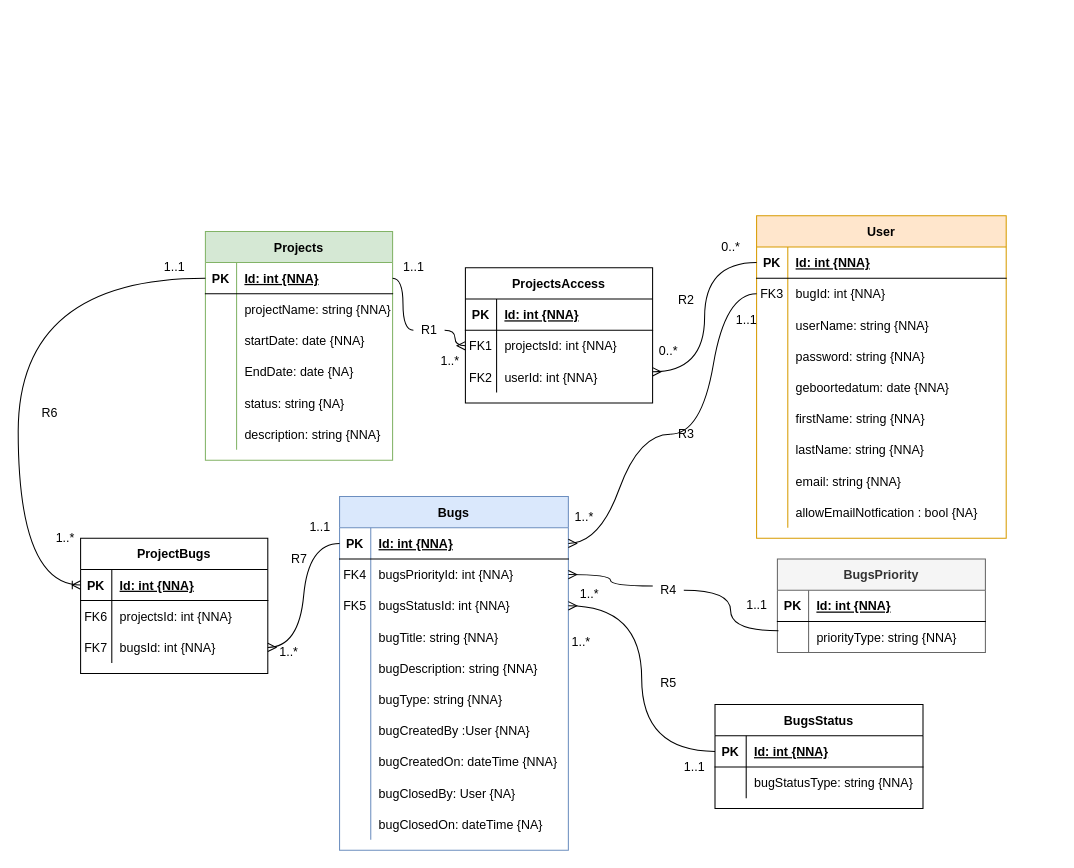
Above: ErdBugProject.drawio in JorisDeRidder42/Project_BugTracker (draw.io), before the change. Source tidied: cells renumbered, new cells numbered last; positions are measured from the earlier drawing's top-left corner, leaving out a move shared by most shapes. Both pictures are drawn from the tidied source at 104%, with x=0, y=0 at pixel (18, 215).
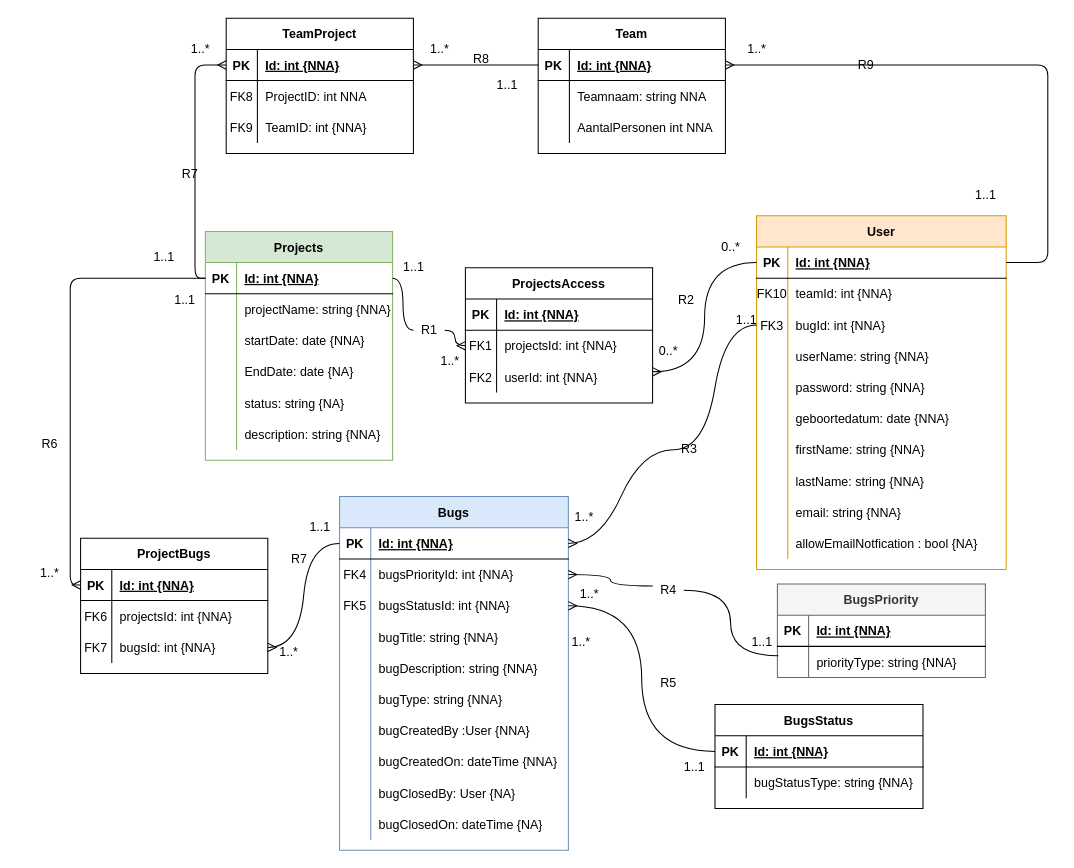
The same diagram, later.

Unchanged cells that the change refers to:
```xml
<mxCell id="41" style="shape=partialRectangle;fillColor=none;top=0;left=0;bottom=1;right=0;points=[[0,0.5],[1,0.5]];portConstraint=eastwest;" parent="40" vertex="1">
  <mxGeometry y="30" width="180" height="30" as="geometry" />
</mxCell>
<mxCell id="60" style="shape=partialRectangle;fillColor=none;top=0;left=0;bottom=1;right=0;points=[[0,0.5],[1,0.5]];portConstraint=eastwest;" parent="59" vertex="1">
  <mxGeometry y="30" width="240" height="30" as="geometry" />
</mxCell>
<mxCell id="128" style="shape=partialRectangle;fillColor=none;top=0;left=0;bottom=1;right=0;points=[[0,0.5],[1,0.5]];portConstraint=eastwest;" parent="127" vertex="1">
  <mxGeometry y="30" width="180" height="30" as="geometry" />
</mxCell>
```

What changed in the source:
```diff
@@
     <mxCell id="33" value="BugsPriority" style="shape=table;startSize=30;childLayout=tableLayout;rowLines=0;fontStyle=1;align=center;fillColor=#f5f5f5;fontColor=#333333;strokeColor=#666666;" parent="1" vertex="1">
-      <mxGeometry x="730" y="330" width="200" height="90" as="geometry" />
+      <mxGeometry x="730" y="354" width="200" height="90" as="geometry" />
     </mxCell>
@@
     <mxCell id="59" value="User" style="shape=table;startSize=30;childLayout=tableLayout;rowLines=0;fontStyle=1;align=center;fillColor=#ffe6cc;strokeColor=#d79b00;" parent="1" vertex="1">
-      <mxGeometry x="710" width="240" height="310" as="geometry" />
+      <mxGeometry x="710" width="240" height="340" as="geometry" />
     </mxCell>
@@
+    <mxCell id="145" style="shape=partialRectangle;fillColor=none;top=0;left=0;bottom=0;right=0;" parent="59" vertex="1">
+      <mxGeometry y="60" width="240" height="30" as="geometry" />
+    </mxCell>
+    <mxCell id="146" value="FK10" style="shape=partialRectangle;fillColor=none;top=0;left=0;bottom=0;right=0;fontStyle=0;overflow=hidden;" parent="145" vertex="1">
+      <mxGeometry width="30" height="30" as="geometry" />
+    </mxCell>
+    <mxCell id="147" value="teamId: int {NNA}" style="shape=partialRectangle;fillColor=none;top=0;left=0;bottom=0;right=0;align=left;spacingLeft=6;fontStyle=0;overflow=hidden;" parent="145" vertex="1">
+      <mxGeometry x="30" width="210" height="30" as="geometry" />
+    </mxCell>
     <mxCell id="63" style="shape=partialRectangle;fillColor=none;top=0;left=0;bottom=0;right=0;points=[[0,0.5],[1,0.5]];portConstraint=eastwest;" parent="59" vertex="1">
-      <mxGeometry y="60" width="240" height="30" as="geometry" />
+      <mxGeometry y="90" width="240" height="30" as="geometry" />
     </mxCell>
@@
     <mxCell id="66" style="shape=partialRectangle;fillColor=none;top=0;left=0;bottom=0;right=0;" parent="59" vertex="1">
-      <mxGeometry y="90" width="240" height="30" as="geometry" />
+      <mxGeometry y="120" width="240" height="30" as="geometry" />
     </mxCell>
@@
     <mxCell id="69" style="shape=partialRectangle;fillColor=none;top=0;left=0;bottom=0;right=0;" parent="59" vertex="1">
-      <mxGeometry y="120" width="240" height="30" as="geometry" />
+      <mxGeometry y="150" width="240" height="30" as="geometry" />
     </mxCell>
@@
     <mxCell id="72" style="shape=partialRectangle;fillColor=none;top=0;left=0;bottom=0;right=0;" parent="59" vertex="1">
-      <mxGeometry y="150" width="240" height="30" as="geometry" />
+      <mxGeometry y="180" width="240" height="30" as="geometry" />
     </mxCell>
@@
     <mxCell id="75" style="shape=partialRectangle;fillColor=none;top=0;left=0;bottom=0;right=0;" parent="59" vertex="1">
-      <mxGeometry y="180" width="240" height="30" as="geometry" />
+      <mxGeometry y="210" width="240" height="30" as="geometry" />
     </mxCell>
@@
     <mxCell id="78" style="shape=partialRectangle;fillColor=none;top=0;left=0;bottom=0;right=0;" parent="59" vertex="1">
-      <mxGeometry y="210" width="240" height="30" as="geometry" />
+      <mxGeometry y="240" width="240" height="30" as="geometry" />
     </mxCell>
@@
     <mxCell id="81" style="shape=partialRectangle;fillColor=none;top=0;left=0;bottom=0;right=0;" parent="59" vertex="1">
-      <mxGeometry y="240" width="240" height="30" as="geometry" />
+      <mxGeometry y="270" width="240" height="30" as="geometry" />
     </mxCell>
@@
     <mxCell id="84" style="shape=partialRectangle;fillColor=none;top=0;left=0;bottom=0;right=0;" parent="59" vertex="1">
-      <mxGeometry y="270" width="240" height="30" as="geometry" />
+      <mxGeometry y="300" width="240" height="30" as="geometry" />
     </mxCell>
@@
     <mxCell id="118" value="1..1" style="text;html=1;align=center;verticalAlign=middle;strokeColor=none;fillColor=none;" parent="1" vertex="1">
-      <mxGeometry x="690" y="365" width="40" height="20" as="geometry" />
+      <mxGeometry x="695" y="400" width="40" height="20" as="geometry" />
     </mxCell>
@@
     <mxCell id="124" value="R3" style="text;html=1;align=center;verticalAlign=middle;points=[];strokeColor=none;fillColor=none;" parent="1" vertex="1">
-      <mxGeometry x="627" y="200" width="30" height="20" as="geometry" />
+      <mxGeometry x="630" y="215" width="30" height="20" as="geometry" />
     </mxCell>
@@
-    <mxCell id="137" style="edgeStyle=orthogonalEdgeStyle;fontSize=12;html=1;endArrow=ERoneToMany;rounded=0;entryX=0;entryY=0.5;entryDx=0;entryDy=0;exitX=0;exitY=0.5;exitDx=0;exitDy=0;curved=1;" parent="1" edge="1" source="41" target="128">
-      <mxGeometry relative="1" as="geometry">
-        <Array as="points">
-          <mxPoint y="60" />
-          <mxPoint y="355" />
-        </Array>
-      </mxGeometry>
-    </mxCell>
@@
     <mxCell id="139" value="1..*" style="text;html=1;align=center;verticalAlign=middle;strokeColor=none;fillColor=none;" parent="1" vertex="1">
-      <mxGeometry x="30" y="300" width="30" height="20" as="geometry" />
+      <mxGeometry x="15" y="334" width="30" height="20" as="geometry" />
     </mxCell>
     <mxCell id="140" value="1..1" style="text;html=1;align=center;verticalAlign=middle;strokeColor=none;fillColor=none;" parent="1" vertex="1">
-      <mxGeometry x="130" y="40" width="40" height="20" as="geometry" />
+      <mxGeometry x="140" y="71" width="40" height="20" as="geometry" />
     </mxCell>
@@
     <mxCell id="143" value="R6" style="text;html=1;align=center;verticalAlign=middle;strokeColor=none;fillColor=none;" parent="1" vertex="1">
-      <mxGeometry x="15" y="180" width="30" height="20" as="geometry" />
+      <mxGeometry x="15" y="210" width="30" height="20" as="geometry" />
     </mxCell>
@@
+    <mxCell id="148" value="Team" style="shape=table;startSize=30;childLayout=tableLayout;rowLines=0;fontStyle=1;align=center;" parent="1" vertex="1">
+      <mxGeometry x="500" y="-190" width="180" height="130" as="geometry" />
+    </mxCell>
+    <mxCell id="149" style="shape=partialRectangle;fillColor=none;top=0;left=0;bottom=1;right=0;points=[[0,0.5],[1,0.5]];portConstraint=eastwest;" parent="148" vertex="1">
+      <mxGeometry y="30" width="180" height="30" as="geometry" />
+    </mxCell>
+    <mxCell id="150" value="PK" style="shape=partialRectangle;fillColor=none;top=0;left=0;bottom=0;right=0;fontStyle=1;overflow=hidden;" parent="149" vertex="1">
+      <mxGeometry width="30" height="30" as="geometry" />
+    </mxCell>
+    <mxCell id="151" value="Id: int {NNA}" style="shape=partialRectangle;fillColor=none;top=0;left=0;bottom=0;right=0;align=left;spacingLeft=6;fontStyle=5;overflow=hidden;" parent="149" vertex="1">
+      <mxGeometry x="30" width="150" height="30" as="geometry" />
+    </mxCell>
+    <mxCell id="152" style="shape=partialRectangle;fillColor=none;top=0;left=0;bottom=0;right=0;" parent="148" vertex="1">
+      <mxGeometry y="60" width="180" height="30" as="geometry" />
+    </mxCell>
+    <mxCell id="153" style="shape=partialRectangle;fillColor=none;top=0;left=0;bottom=0;right=0;overflow=hidden;" parent="152" vertex="1">
+      <mxGeometry width="30" height="30" as="geometry" />
+    </mxCell>
+    <mxCell id="154" value="Teamnaam: string NNA" style="shape=partialRectangle;fillColor=none;top=0;left=0;bottom=0;right=0;align=left;spacingLeft=6;overflow=hidden;" parent="152" vertex="1">
+      <mxGeometry x="30" width="150" height="30" as="geometry" />
+    </mxCell>
+    <mxCell id="155" style="shape=partialRectangle;fillColor=none;top=0;left=0;bottom=0;right=0;" parent="148" vertex="1">
+      <mxGeometry y="90" width="180" height="30" as="geometry" />
+    </mxCell>
+    <mxCell id="156" style="shape=partialRectangle;fillColor=none;top=0;left=0;bottom=0;right=0;overflow=hidden;" parent="155" vertex="1">
+      <mxGeometry width="30" height="30" as="geometry" />
+    </mxCell>
+    <mxCell id="157" value="AantalPersonen int NNA" style="shape=partialRectangle;fillColor=none;top=0;left=0;bottom=0;right=0;align=left;spacingLeft=6;overflow=hidden;" parent="155" vertex="1">
+      <mxGeometry x="30" width="150" height="30" as="geometry" />
+    </mxCell>
+    <mxCell id="158" value="TeamProject" style="shape=table;startSize=30;childLayout=tableLayout;rowLines=0;fontStyle=1;align=center;" parent="1" vertex="1">
+      <mxGeometry x="200" y="-190" width="180" height="130" as="geometry" />
+    </mxCell>
+    <mxCell id="159" style="shape=partialRectangle;fillColor=none;top=0;left=0;bottom=1;right=0;points=[[0,0.5],[1,0.5]];portConstraint=eastwest;" parent="158" vertex="1">
+      <mxGeometry y="30" width="180" height="30" as="geometry" />
+    </mxCell>
+    <mxCell id="160" value="PK" style="shape=partialRectangle;fillColor=none;top=0;left=0;bottom=0;right=0;fontStyle=1;overflow=hidden;" parent="159" vertex="1">
+      <mxGeometry width="30" height="30" as="geometry" />
+    </mxCell>
+    <mxCell id="161" value="Id: int {NNA}" style="shape=partialRectangle;fillColor=none;top=0;left=0;bottom=0;right=0;align=left;spacingLeft=6;fontStyle=5;overflow=hidden;" parent="159" vertex="1">
+      <mxGeometry x="30" width="150" height="30" as="geometry" />
+    </mxCell>
+    <mxCell id="162" style="shape=partialRectangle;fillColor=none;top=0;left=0;bottom=0;right=0;" parent="158" vertex="1">
+      <mxGeometry y="60" width="180" height="30" as="geometry" />
+    </mxCell>
+    <mxCell id="163" value="FK8" style="shape=partialRectangle;fillColor=none;top=0;left=0;bottom=0;right=0;overflow=hidden;" parent="162" vertex="1">
+      <mxGeometry width="30" height="30" as="geometry" />
+    </mxCell>
+    <mxCell id="164" value="ProjectID: int NNA" style="shape=partialRectangle;fillColor=none;top=0;left=0;bottom=0;right=0;align=left;spacingLeft=6;overflow=hidden;" parent="162" vertex="1">
+      <mxGeometry x="30" width="150" height="30" as="geometry" />
+    </mxCell>
+    <mxCell id="165" style="shape=partialRectangle;fillColor=none;top=0;left=0;bottom=0;right=0;" parent="158" vertex="1">
+      <mxGeometry y="90" width="180" height="30" as="geometry" />
+    </mxCell>
+    <mxCell id="166" value="FK9" style="shape=partialRectangle;fillColor=none;top=0;left=0;bottom=0;right=0;overflow=hidden;" parent="165" vertex="1">
+      <mxGeometry width="30" height="30" as="geometry" />
+    </mxCell>
+    <mxCell id="167" value="TeamID: int {NNA}" style="shape=partialRectangle;fillColor=none;top=0;left=0;bottom=0;right=0;align=left;spacingLeft=6;overflow=hidden;" parent="165" vertex="1">
+      <mxGeometry x="30" width="150" height="30" as="geometry" />
+    </mxCell>
+    <mxCell id="168" style="edgeStyle=orthogonalEdgeStyle;fontSize=12;html=1;endArrow=ERmany;entryX=0;entryY=0.5;entryDx=0;entryDy=0;exitX=0;exitY=0.5;exitDx=0;exitDy=0;" parent="1" edge="1" source="41" target="159">
+      <mxGeometry relative="1" as="geometry" />
+    </mxCell>
+    <mxCell id="169" style="edgeStyle=entityRelationEdgeStyle;fontSize=12;html=1;endArrow=ERmany;entryX=1;entryY=0.5;entryDx=0;entryDy=0;exitX=0;exitY=0.5;exitDx=0;exitDy=0;" parent="1" edge="1" source="149" target="159">
+      <mxGeometry relative="1" as="geometry" />
+    </mxCell>
+    <mxCell id="170" style="edgeStyle=orthogonalEdgeStyle;fontSize=12;html=1;endArrow=ERmany;entryX=1;entryY=0.5;entryDx=0;entryDy=0;exitX=1;exitY=0.5;exitDx=0;exitDy=0;" parent="1" edge="1" source="60" target="149">
+      <mxGeometry relative="1" as="geometry">
+        <Array as="points">
+          <mxPoint x="990" y="45" />
+          <mxPoint x="990" y="-145" />
+        </Array>
+      </mxGeometry>
+    </mxCell>
+    <mxCell id="171" value="1..*" style="text;html=1;align=center;verticalAlign=middle;strokeColor=none;fillColor=none;" parent="1" vertex="1">
+      <mxGeometry x="160" y="-170" width="30" height="20" as="geometry" />
+    </mxCell>
+    <mxCell id="172" value="1..1" style="text;html=1;align=center;verticalAlign=middle;strokeColor=none;fillColor=none;" parent="1" vertex="1">
+      <mxGeometry x="120" y="30" width="40" height="20" as="geometry" />
+    </mxCell>
+    <mxCell id="173" value="1..1" style="text;html=1;align=center;verticalAlign=middle;strokeColor=none;fillColor=none;" parent="1" vertex="1">
+      <mxGeometry x="450" y="-135" width="40" height="20" as="geometry" />
+    </mxCell>
+    <mxCell id="174" value="1..*" style="text;html=1;align=center;verticalAlign=middle;strokeColor=none;fillColor=none;" parent="1" vertex="1">
+      <mxGeometry x="390" y="-170" width="30" height="20" as="geometry" />
+    </mxCell>
+    <mxCell id="175" value="1..1" style="text;html=1;align=center;verticalAlign=middle;strokeColor=none;fillColor=none;" parent="1" vertex="1">
+      <mxGeometry x="910" y="-30" width="40" height="20" as="geometry" />
+    </mxCell>
+    <mxCell id="176" value="1..*" style="text;html=1;align=center;verticalAlign=middle;strokeColor=none;fillColor=none;" parent="1" vertex="1">
+      <mxGeometry x="695" y="-170" width="30" height="20" as="geometry" />
+    </mxCell>
+    <mxCell id="177" value="R7" style="text;html=1;align=center;verticalAlign=middle;" parent="1" vertex="1">
+      <mxGeometry x="150" y="-50" width="30" height="20" as="geometry" />
+    </mxCell>
+    <mxCell id="178" value="R8" style="text;html=1;align=center;verticalAlign=middle;" parent="1" vertex="1">
+      <mxGeometry x="430" y="-160" width="30" height="20" as="geometry" />
+    </mxCell>
+    <mxCell id="179" value="R9" style="text;html=1;align=center;verticalAlign=middle;" parent="1" vertex="1">
+      <mxGeometry x="800" y="-155" width="30" height="20" as="geometry" />
+    </mxCell>
+    <mxCell id="137" style="edgeStyle=orthogonalEdgeStyle;fontSize=12;html=1;endArrow=ERmany;entryX=0;entryY=0.5;entryDx=0;entryDy=0;exitX=0;exitY=0.5;exitDx=0;exitDy=0;" parent="1" edge="1" source="41" target="128">
+      <mxGeometry relative="1" as="geometry" />
+    </mxCell>
```
